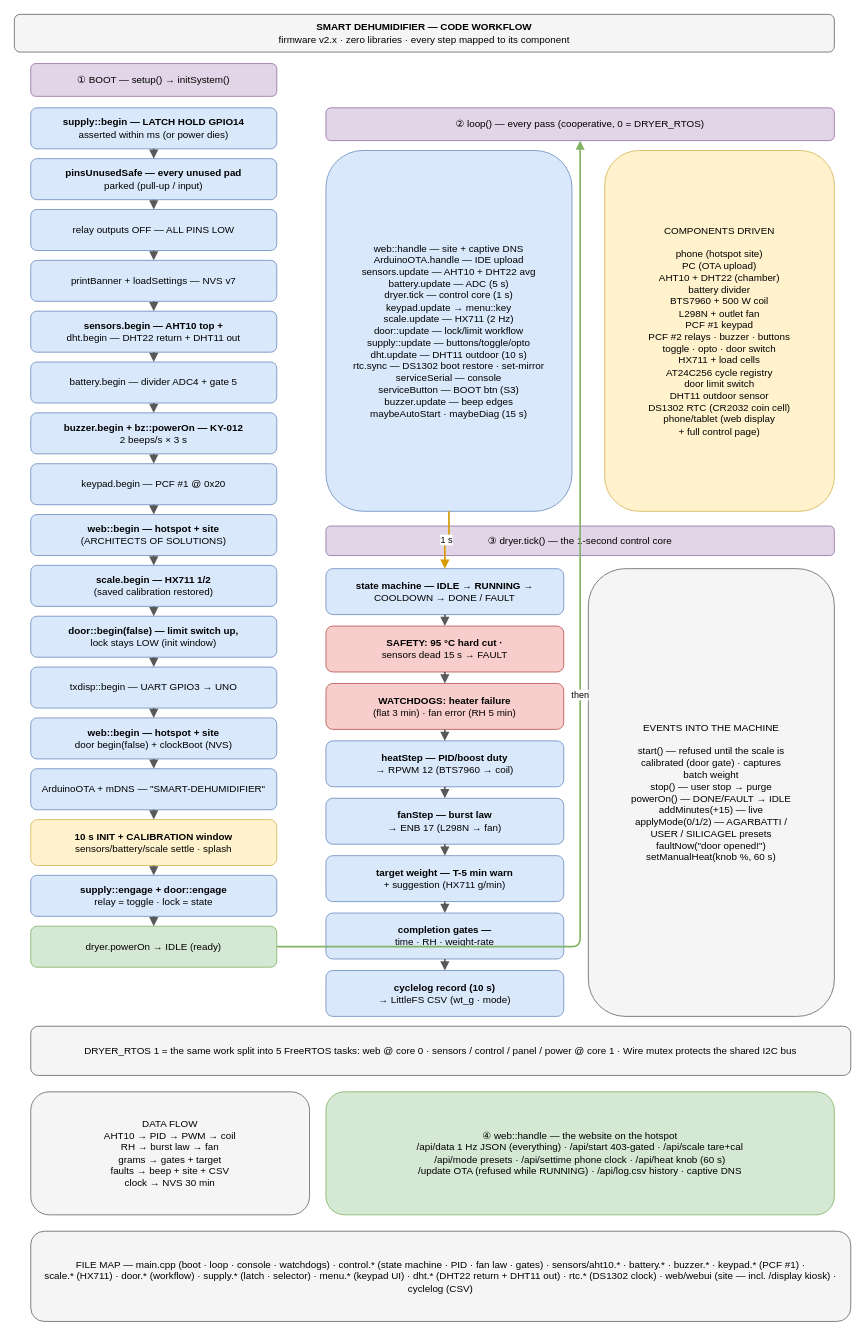
This is page "3 · Code Workflow" (3 of 3) of SMART-DEHUMIDIFIER/docs/design-workflow.drawio from PAVAN-NIKHIL-993/SIH_2026_022, a draw.io file, before an edit. Source tidied: cells renumbered, new cells numbered last; positions are measured from the earlier drawing's top-left corner, leaving out a move shared by most shapes. Both pictures are drawn from the tidied source at 82%, with x=0, y=0 at pixel (14, 14).
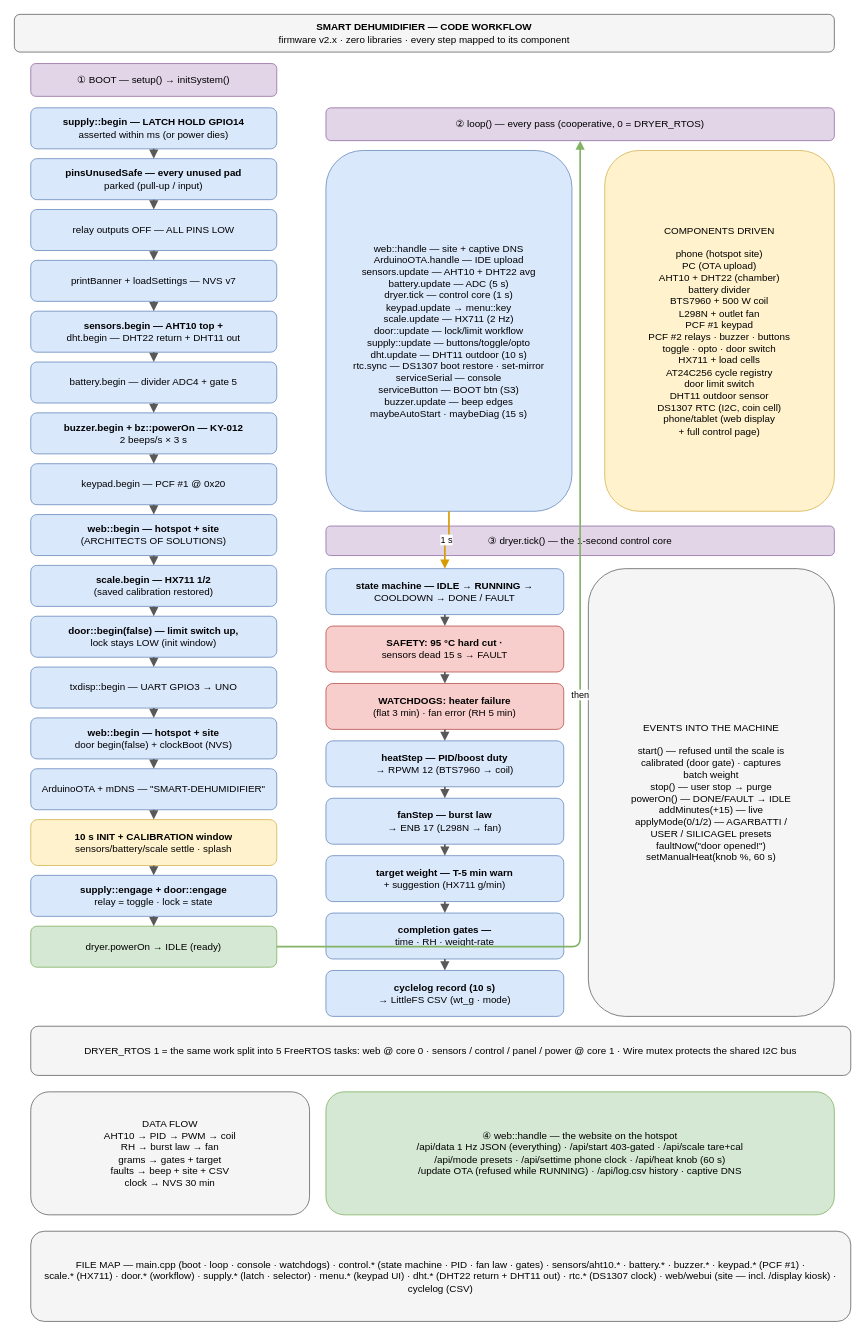
The same diagram, later.

What changed in the source:
```diff
@@
-    <mxCell id="22" value="web::handle — site + captive DNS&lt;br&gt;ArduinoOTA.handle — IDE upload&lt;br&gt;sensors.update — AHT10 + DHT22 avg&lt;br&gt;battery.update — ADC (5 s)&lt;br&gt;dryer.tick — control core (1 s)&lt;br&gt;keypad.update → menu::key&lt;br&gt;scale.update — HX711 (2 Hz)&lt;br&gt;door::update — lock/limit workflow&lt;br&gt;supply::update — buttons/toggle/opto&lt;br&gt;dht.update — DHT11 outdoor (10 s)&lt;br&gt;rtc.sync — DS1302 boot restore · set-mirror&lt;br&gt;serviceSerial — console&lt;br&gt;serviceButton — BOOT btn (S3)&lt;br&gt;buzzer.update — beep edges&lt;br&gt;maybeAutoStart · maybeDiag (15 s)" style="rounded=1;whiteSpace=wrap;html=1;fillColor=#dae8fc;strokeColor=#6c8ebf;fontSize=12;" parent="1" vertex="1">
+    <mxCell id="22" value="web::handle — site + captive DNS&lt;br&gt;ArduinoOTA.handle — IDE upload&lt;br&gt;sensors.update — AHT10 + DHT22 avg&lt;br&gt;battery.update — ADC (5 s)&lt;br&gt;dryer.tick — control core (1 s)&lt;br&gt;keypad.update → menu::key&lt;br&gt;scale.update — HX711 (2 Hz)&lt;br&gt;door::update — lock/limit workflow&lt;br&gt;supply::update — buttons/toggle/opto&lt;br&gt;dht.update — DHT11 outdoor (10 s)&lt;br&gt;rtc.sync — DS1307 boot restore · set-mirror&lt;br&gt;serviceSerial — console&lt;br&gt;serviceButton — BOOT btn (S3)&lt;br&gt;buzzer.update — beep edges&lt;br&gt;maybeAutoStart · maybeDiag (15 s)" style="rounded=1;whiteSpace=wrap;html=1;fillColor=#dae8fc;strokeColor=#6c8ebf;fontSize=12;" parent="1" vertex="1">
       <mxGeometry x="380" y="166" width="300" height="440" as="geometry" />
     </mxCell>
-    <mxCell id="23" value="COMPONENTS DRIVEN&lt;br&gt;&lt;br&gt;phone (hotspot site)&lt;br&gt;PC (OTA upload)&lt;br&gt;AHT10 + DHT22 (chamber)&lt;br&gt;battery divider&lt;br&gt;BTS7960 + 500 W coil&lt;br&gt;L298N + outlet fan&lt;br&gt;PCF #1 keypad&lt;br&gt;PCF #2 relays · buzzer · buttons&lt;br&gt;toggle · opto · door switch&lt;br&gt;HX711 + load cells&lt;br&gt;AT24C256 cycle registry&lt;br&gt;door limit switch&lt;br&gt;DHT11 outdoor sensor&lt;br&gt;DS1302 RTC (CR2032 coin cell)&lt;br&gt;phone/tablet (web display&lt;br&gt;+ full control page)" style="rounded=1;whiteSpace=wrap;html=1;fillColor=#fff2cc;strokeColor=#d6b656;fontSize=12;" parent="1" vertex="1">
+    <mxCell id="23" value="COMPONENTS DRIVEN&lt;br&gt;&lt;br&gt;phone (hotspot site)&lt;br&gt;PC (OTA upload)&lt;br&gt;AHT10 + DHT22 (chamber)&lt;br&gt;battery divider&lt;br&gt;BTS7960 + 500 W coil&lt;br&gt;L298N + outlet fan&lt;br&gt;PCF #1 keypad&lt;br&gt;PCF #2 relays · buzzer · buttons&lt;br&gt;toggle · opto · door switch&lt;br&gt;HX711 + load cells&lt;br&gt;AT24C256 cycle registry&lt;br&gt;door limit switch&lt;br&gt;DHT11 outdoor sensor&lt;br&gt;DS1307 RTC (I2C, coin cell)&lt;br&gt;phone/tablet (web display&lt;br&gt;+ full control page)" style="rounded=1;whiteSpace=wrap;html=1;fillColor=#fff2cc;strokeColor=#d6b656;fontSize=12;" parent="1" vertex="1">
       <mxGeometry x="720" y="166" width="280" height="440" as="geometry" />
     </mxCell>
@@
-    <mxCell id="37" value="FILE MAP — main.cpp (boot · loop · console · watchdogs) · control.* (state machine · PID · fan law · gates) · sensors/aht10.* · battery.* · buzzer.* · keypad.* (PCF #1) ·&lt;br&gt;scale.* (HX711) · door.* (workflow) · supply.* (latch · selector) · menu.* (keypad UI) · dht.* (DHT22 return + DHT11 out) · rtc.* (DS1302 clock) · web/webui (site — incl. /display kiosk) · cyclelog (CSV)" style="rounded=1;whiteSpace=wrap;html=1;fillColor=#f5f5f5;strokeColor=#666666;fontSize=12;" parent="1" vertex="1">
+    <mxCell id="37" value="FILE MAP — main.cpp (boot · loop · console · watchdogs) · control.* (state machine · PID · fan law · gates) · sensors/aht10.* · battery.* · buzzer.* · keypad.* (PCF #1) ·&lt;br&gt;scale.* (HX711) · door.* (workflow) · supply.* (latch · selector) · menu.* (keypad UI) · dht.* (DHT22 return + DHT11 out) · rtc.* (DS1307 clock) · web/webui (site — incl. /display kiosk) · cyclelog (CSV)" style="rounded=1;whiteSpace=wrap;html=1;fillColor=#f5f5f5;strokeColor=#666666;fontSize=12;" parent="1" vertex="1">
       <mxGeometry x="20" y="1484" width="1000" height="110" as="geometry" />
     </mxCell>
```
